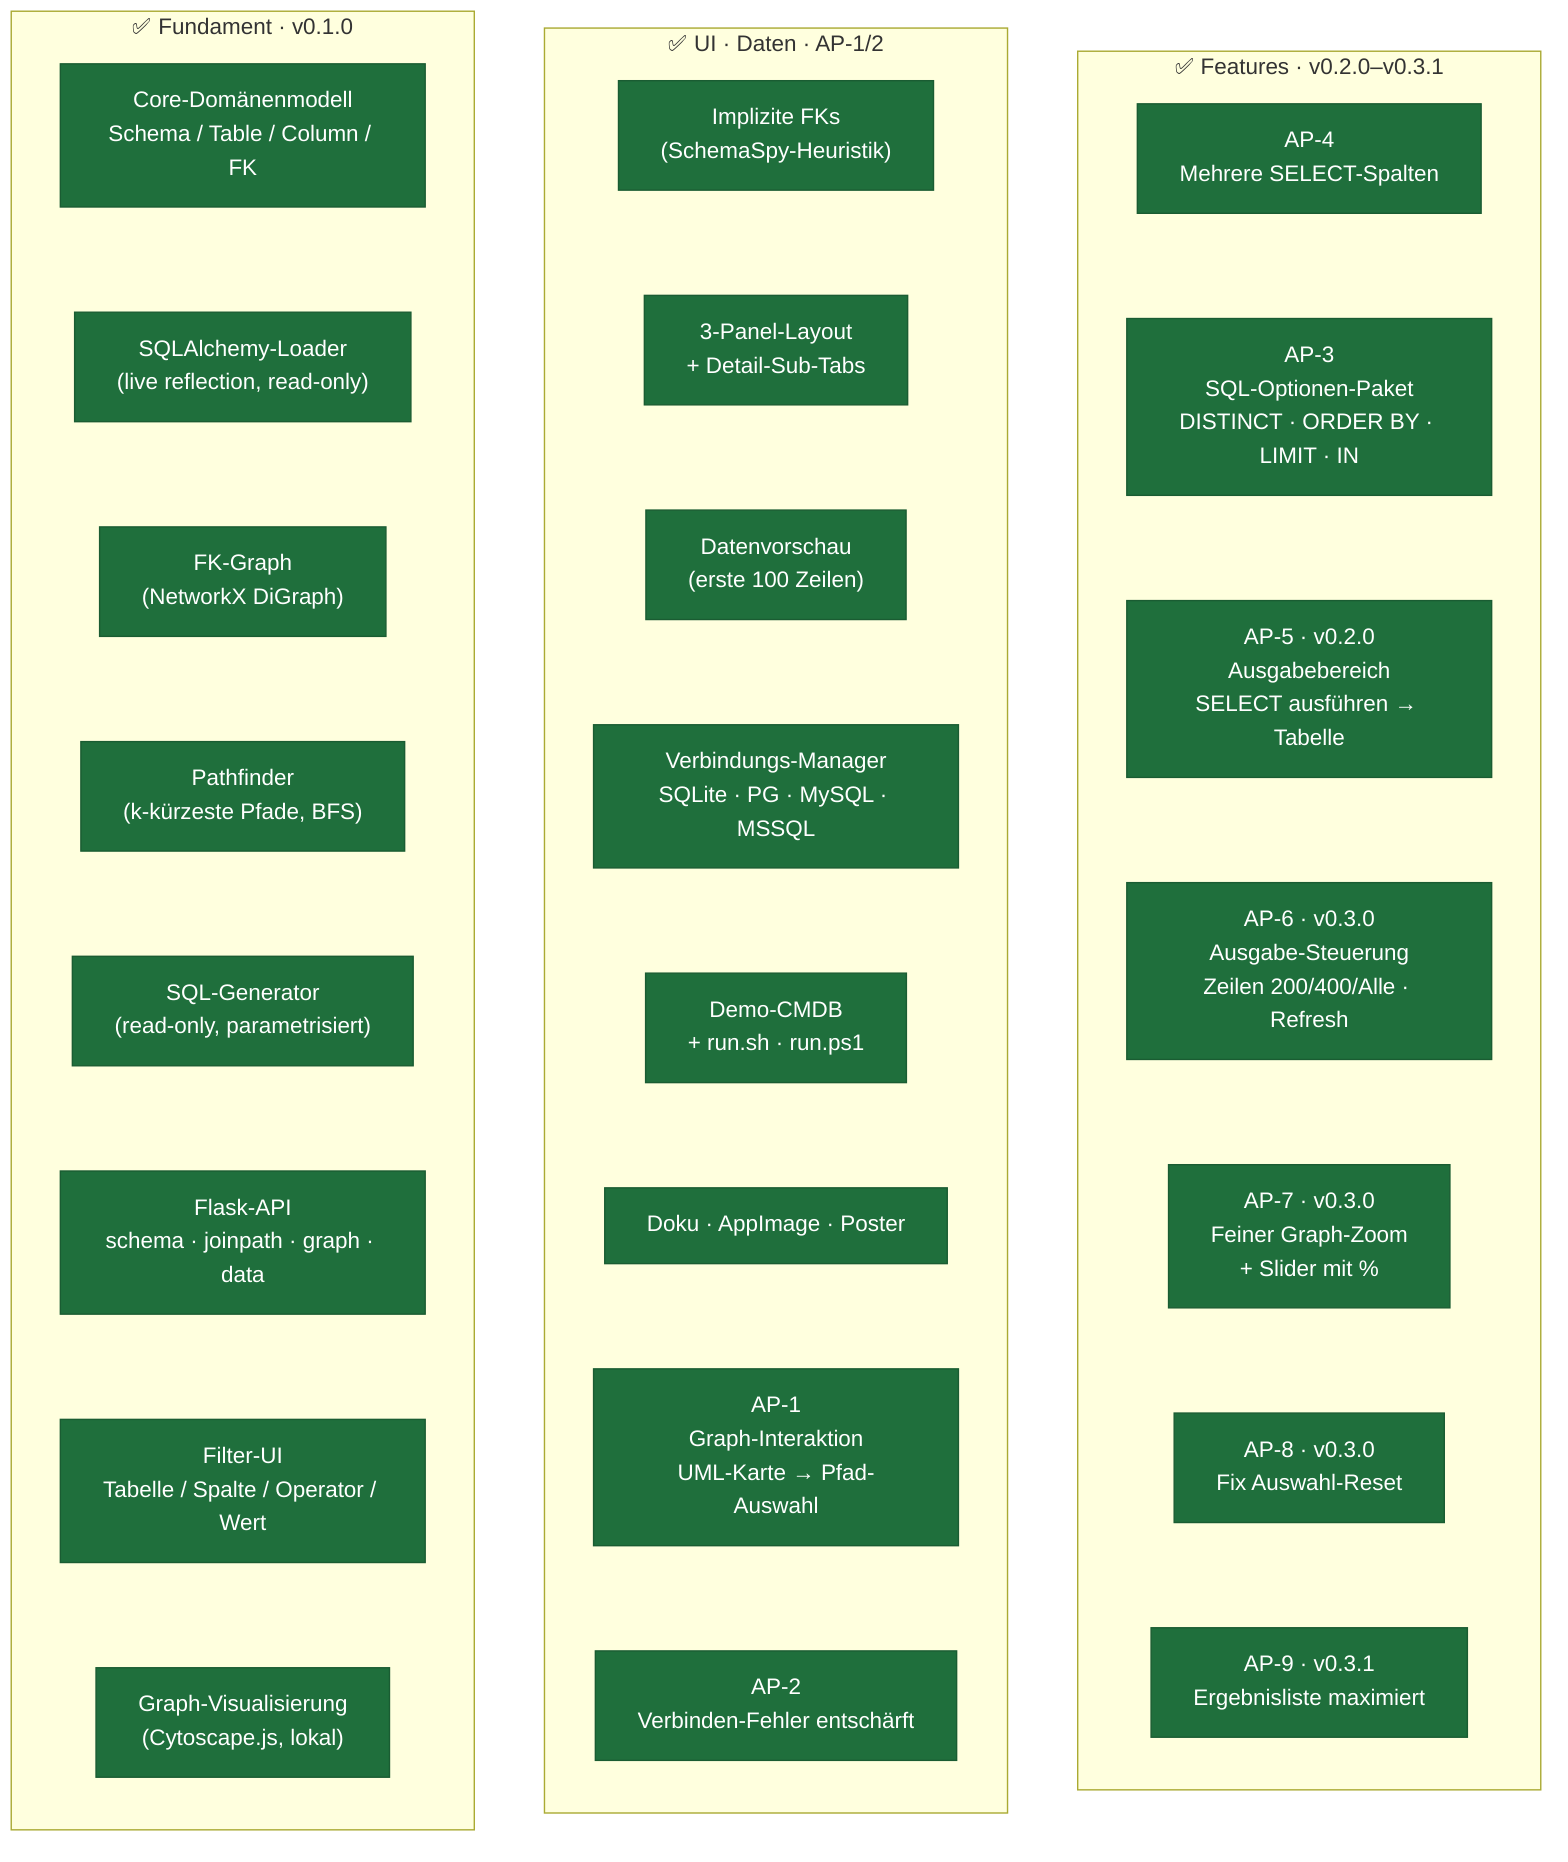
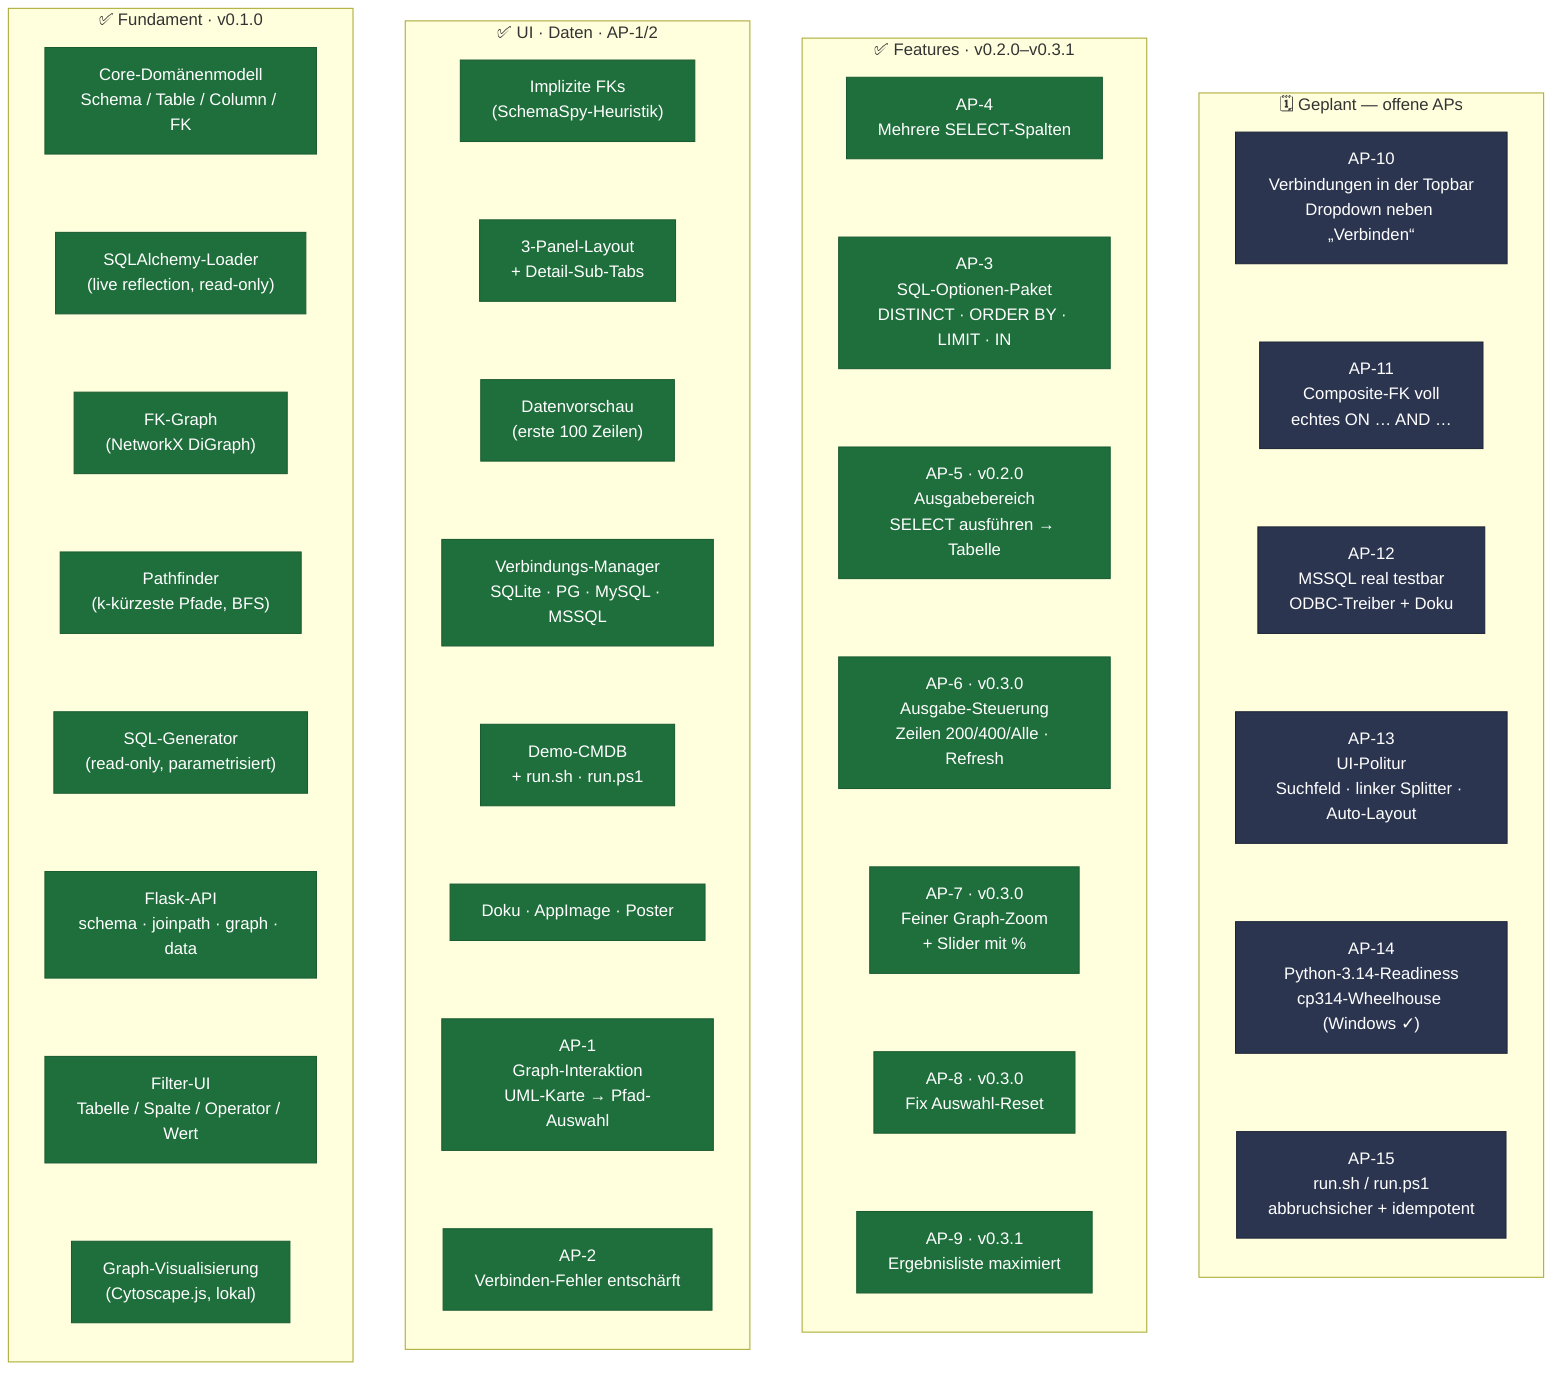
flowchart LR
    classDef done fill:#1f6f3c,color:#fff,stroke:#1a5c32
    classDef wip  fill:#7a5c00,color:#fff,stroke:#5e4600
    classDef plan fill:#2c3550,color:#fff,stroke:#1e2538

    subgraph S1["✅  Fundament · v0.1.0"]
        direction TB
        D1["Core-Domänenmodell\nSchema / Table / Column / FK"]
        D2["SQLAlchemy-Loader\n(live reflection, read-only)"]
        D3["FK-Graph\n(NetworkX DiGraph)"]
        D4["Pathfinder\n(k-kürzeste Pfade, BFS)"]
        D5["SQL-Generator\n(read-only, parametrisiert)"]
        D6["Flask-API\nschema · joinpath · graph · data"]
        D7["Filter-UI\nTabelle / Spalte / Operator / Wert"]
        D8["Graph-Visualisierung\n(Cytoscape.js, lokal)"]
        D1 ~~~ D2 ~~~ D3 ~~~ D4 ~~~ D5 ~~~ D6 ~~~ D7 ~~~ D8
    end

    subgraph S2["✅  UI · Daten · AP-1/2"]
        direction TB
        D9["Implizite FKs\n(SchemaSpy-Heuristik)"]
        D10["3-Panel-Layout\n+ Detail-Sub-Tabs"]
        D11["Datenvorschau\n(erste 100 Zeilen)"]
        D12["Verbindungs-Manager\nSQLite · PG · MySQL · MSSQL"]
        D13["Demo-CMDB\n+ run.sh · run.ps1"]
        D14["Doku · AppImage · Poster"]
        D15["AP-1\nGraph-Interaktion\nUML-Karte → Pfad-Auswahl"]
        D16["AP-2\nVerbinden-Fehler entschärft"]
        D9 ~~~ D10 ~~~ D11 ~~~ D12 ~~~ D13 ~~~ D14 ~~~ D15 ~~~ D16
    end

    subgraph S3["✅  Features · v0.2.0–v0.3.1"]
        direction TB
        D17["AP-4\nMehrere SELECT-Spalten"]
        D18["AP-3\nSQL-Optionen-Paket\nDISTINCT · ORDER BY · LIMIT · IN"]
        D19["AP-5 · v0.2.0\nAusgabebereich\nSELECT ausführen → Tabelle"]
        D20["AP-6 · v0.3.0\nAusgabe-Steuerung\nZeilen 200/400/Alle · Refresh"]
        D21["AP-7 · v0.3.0\nFeiner Graph-Zoom\n+ Slider mit %"]
        D22["AP-8 · v0.3.0\nFix Auswahl-Reset"]
        D23["AP-9 · v0.3.1\nErgebnisliste maximiert"]
        D17 ~~~ D18 ~~~ D19 ~~~ D20 ~~~ D21 ~~~ D22 ~~~ D23
    end

+     subgraph S4["🗓️  Geplant — offene APs"]
+         direction TB
+         P10["AP-10\nVerbindungen in der Topbar\nDropdown neben „Verbinden“"]
+         P11["AP-11\nComposite-FK voll\nechtes ON … AND …"]
+         P12["AP-12\nMSSQL real testbar\nODBC-Treiber + Doku"]
+         P13["AP-13\nUI-Politur\nSuchfeld · linker Splitter · Auto-Layout"]
+         P14["AP-14\nPython-3.14-Readiness\ncp314-Wheelhouse (Windows ✓)"]
+         P15["AP-15\nrun.sh / run.ps1\nabbruchsicher + idempotent"]
+         P10 ~~~ P11 ~~~ P12 ~~~ P13 ~~~ P14 ~~~ P15
+     end
+ 
    %% Subgraphs nebeneinander erzwingen (sonst stapelt dagre sie vertikal)
-     S1 ~~~ S2 ~~~ S3
+     S1 ~~~ S2 ~~~ S3 ~~~ S4

    class D1,D2,D3,D4,D5,D6,D7,D8,D9,D10,D11,D12,D13,D14,D15,D16,D17,D18,D19,D20,D21,D22,D23 done
+     class P10,P11,P12,P13,P14,P15 plan
